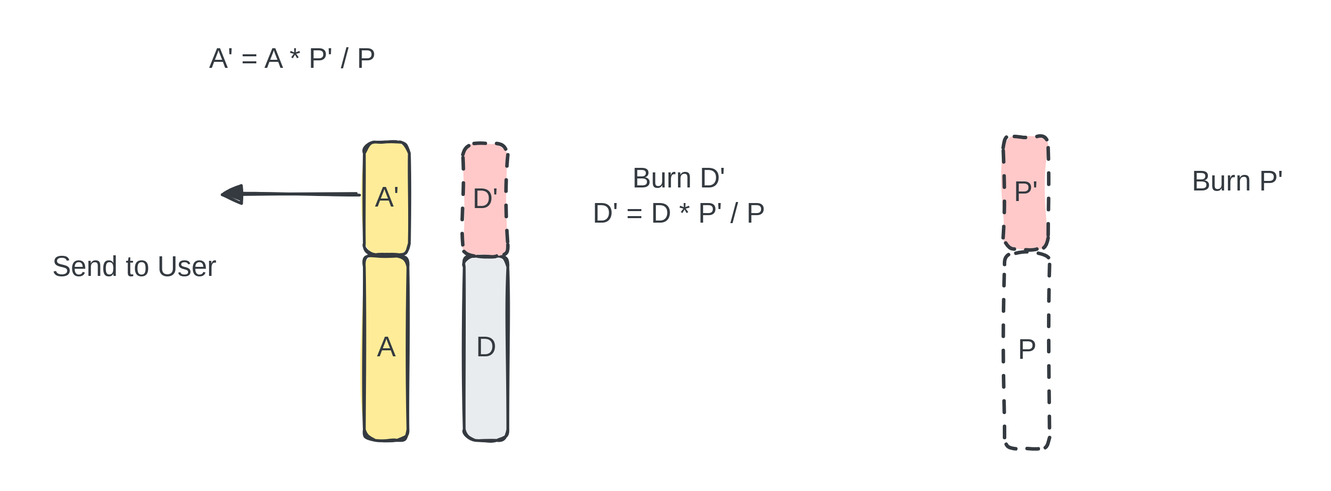
Before: .gitbook/assets/file.excalidraw (10).svg, a diagram exported from Excalidraw (decaswap-labs/docs). Source tidied: one line per element, renumbered; positions are measured from the earlier drawing's top-left corner, leaving out a move shared by most shapes.
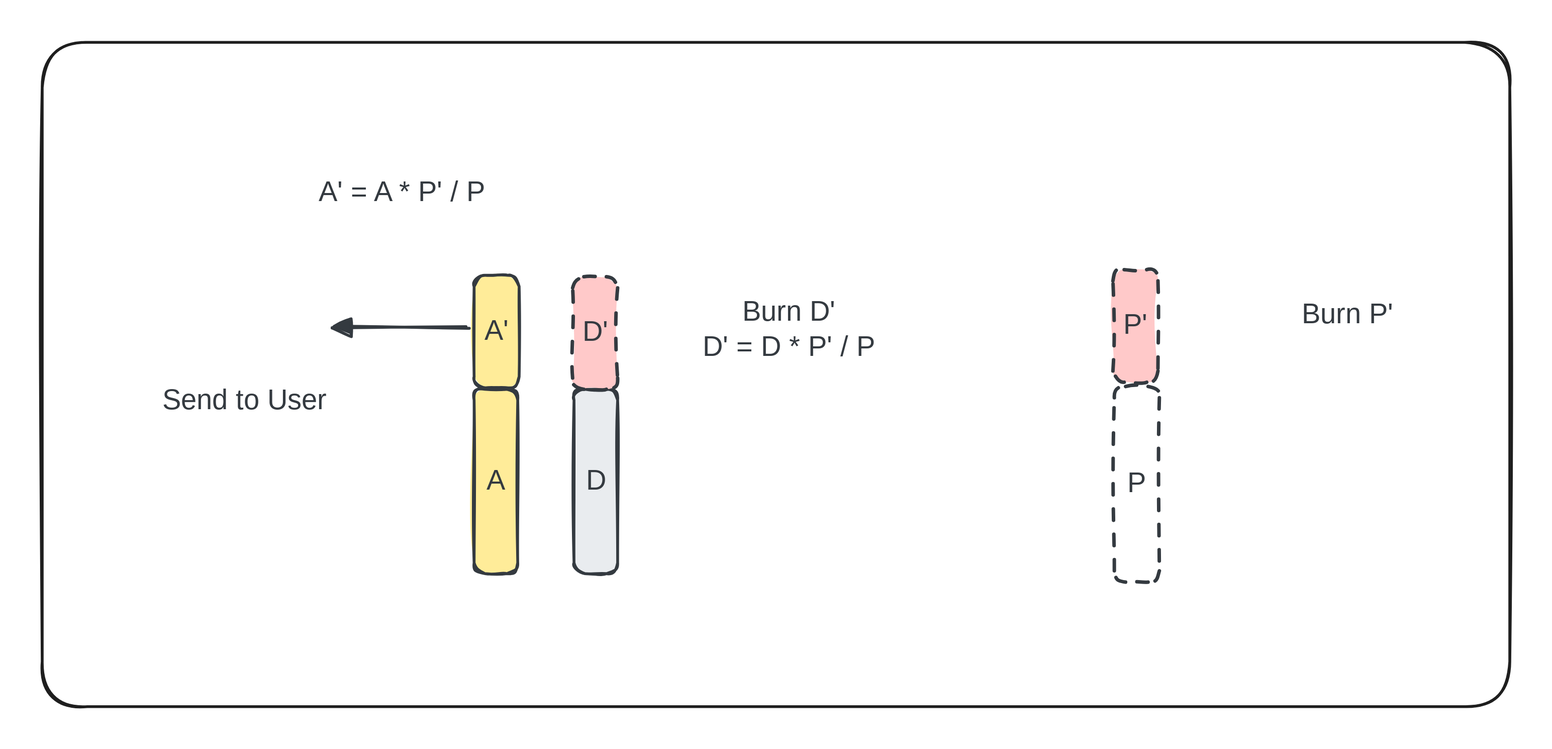
The same diagram one commit later.

Commit message:
GITBOOK-19: No subject

Change to the diagram source:
```diff
@@ -15,3 +15,4 @@
 {"id": 14, "type": "text", "text": "P", "strokeColor": "#343a40", "backgroundColor": "#e9ecef", "fillStyle": "solid", "strokeWidth": 2, "roughness": 1, "fontSize": 20, "fontFamily": 1, "textAlign": "center", "verticalAlign": "middle", "inside": 13, "x": 693, "y": 207, "width": 13, "height": 25}
 {"id": 15, "type": "text", "text": "Burn P'", "strokeColor": "#343a40", "backgroundColor": "#e9ecef", "fillStyle": "solid", "strokeWidth": 2, "strokeStyle": "dashed", "roughness": 1, "fontSize": 20, "fontFamily": 1, "textAlign": "center", "x": 813, "y": 87, "width": 72, "height": 25}
 {"id": 16, "type": "text", "text": "Send to User", "strokeColor": "#343a40", "backgroundColor": "#e9ecef", "fillStyle": "solid", "strokeWidth": 2, "strokeStyle": "dashed", "roughness": 1, "fontSize": 20, "fontFamily": 1, "textAlign": "center", "x": 0, "y": 148, "width": 131, "height": 25}
+{"id": 17, "type": "rectangle", "strokeColor": "#1e1e1e", "strokeWidth": 2, "roughness": 1, "round": true, "x": -78, "y": -94, "width": 1043, "height": 472}
```
